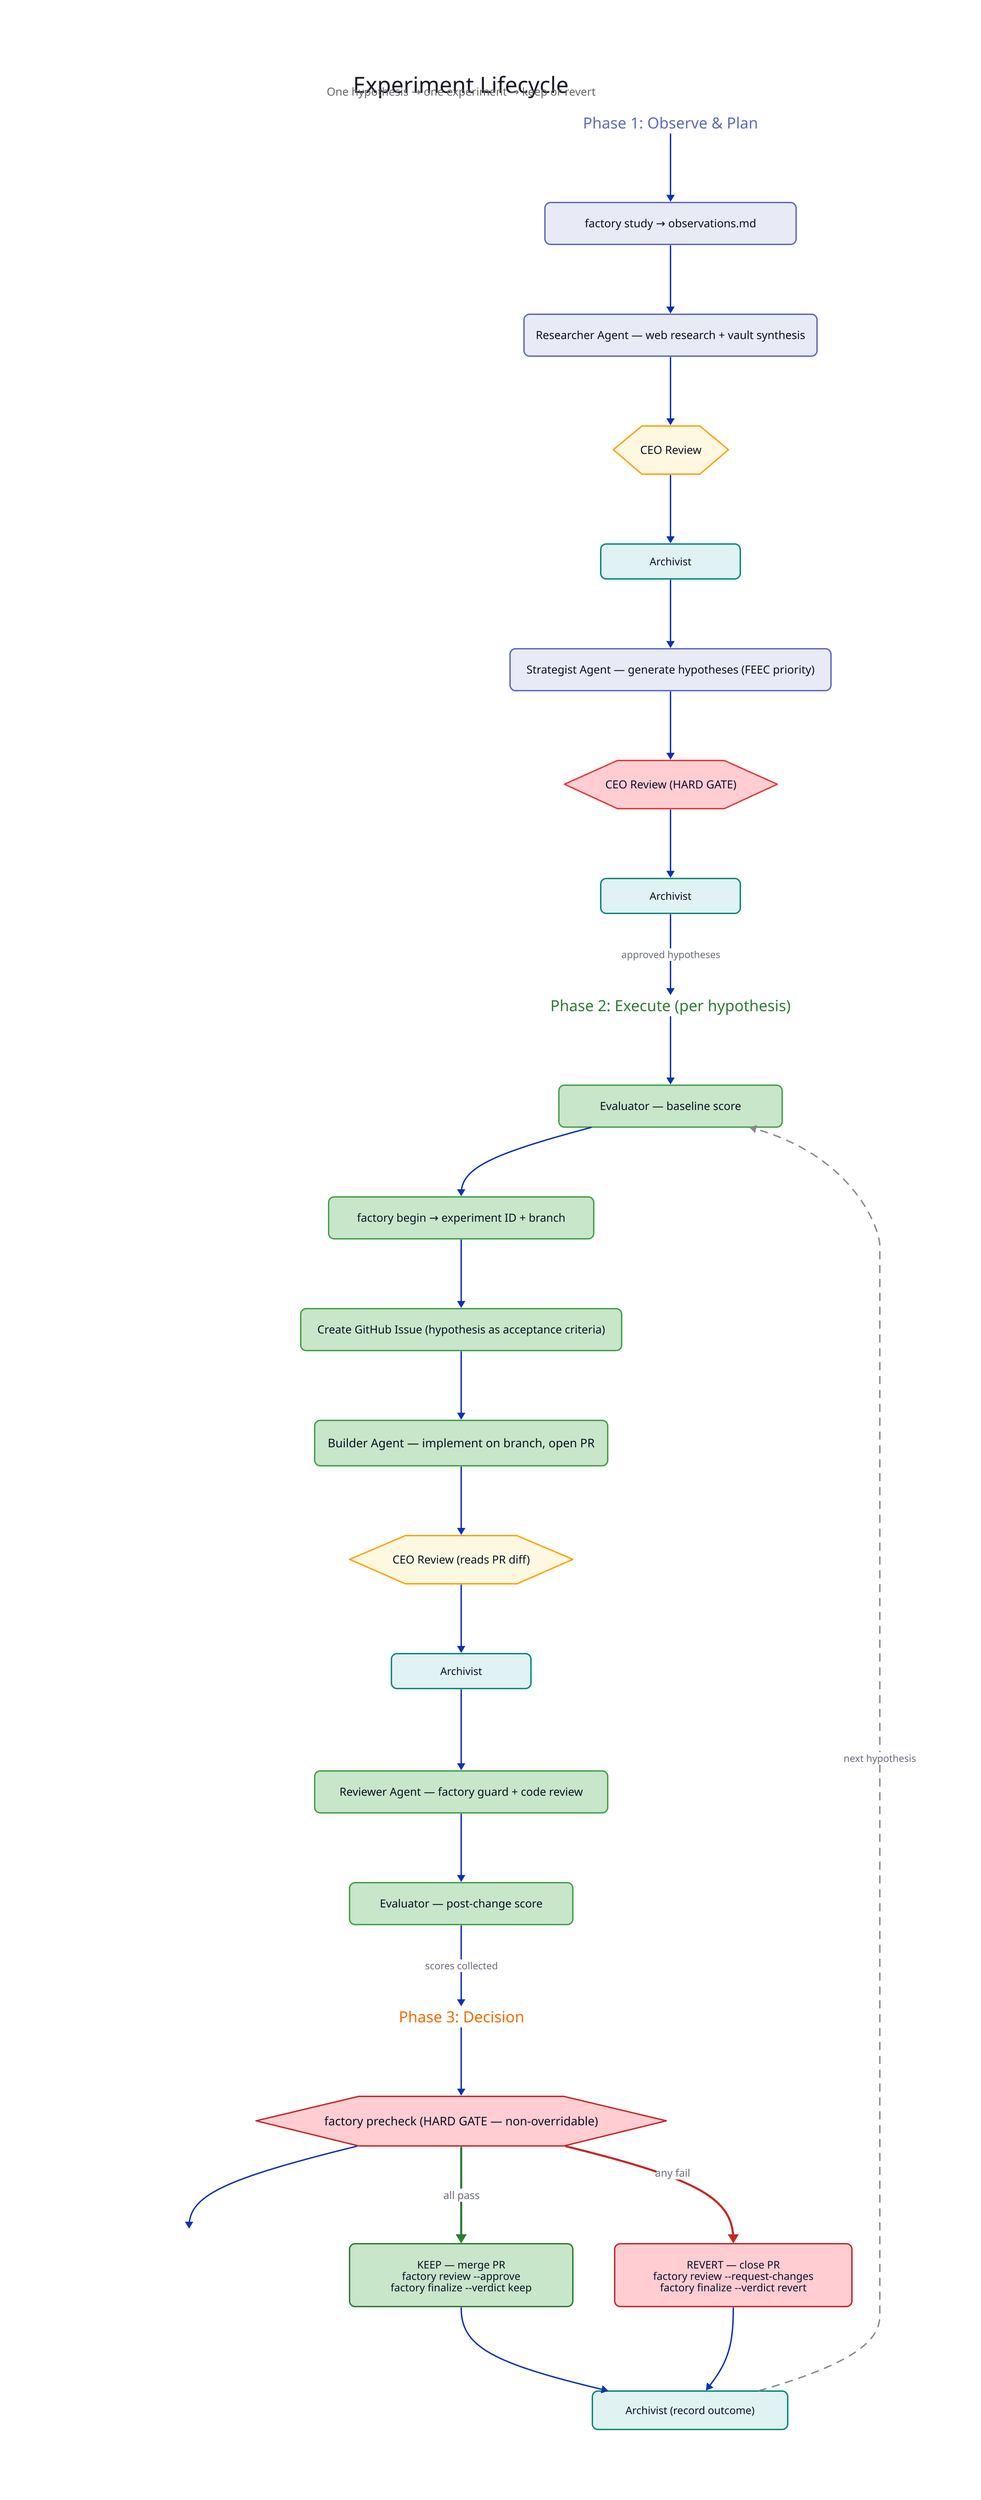
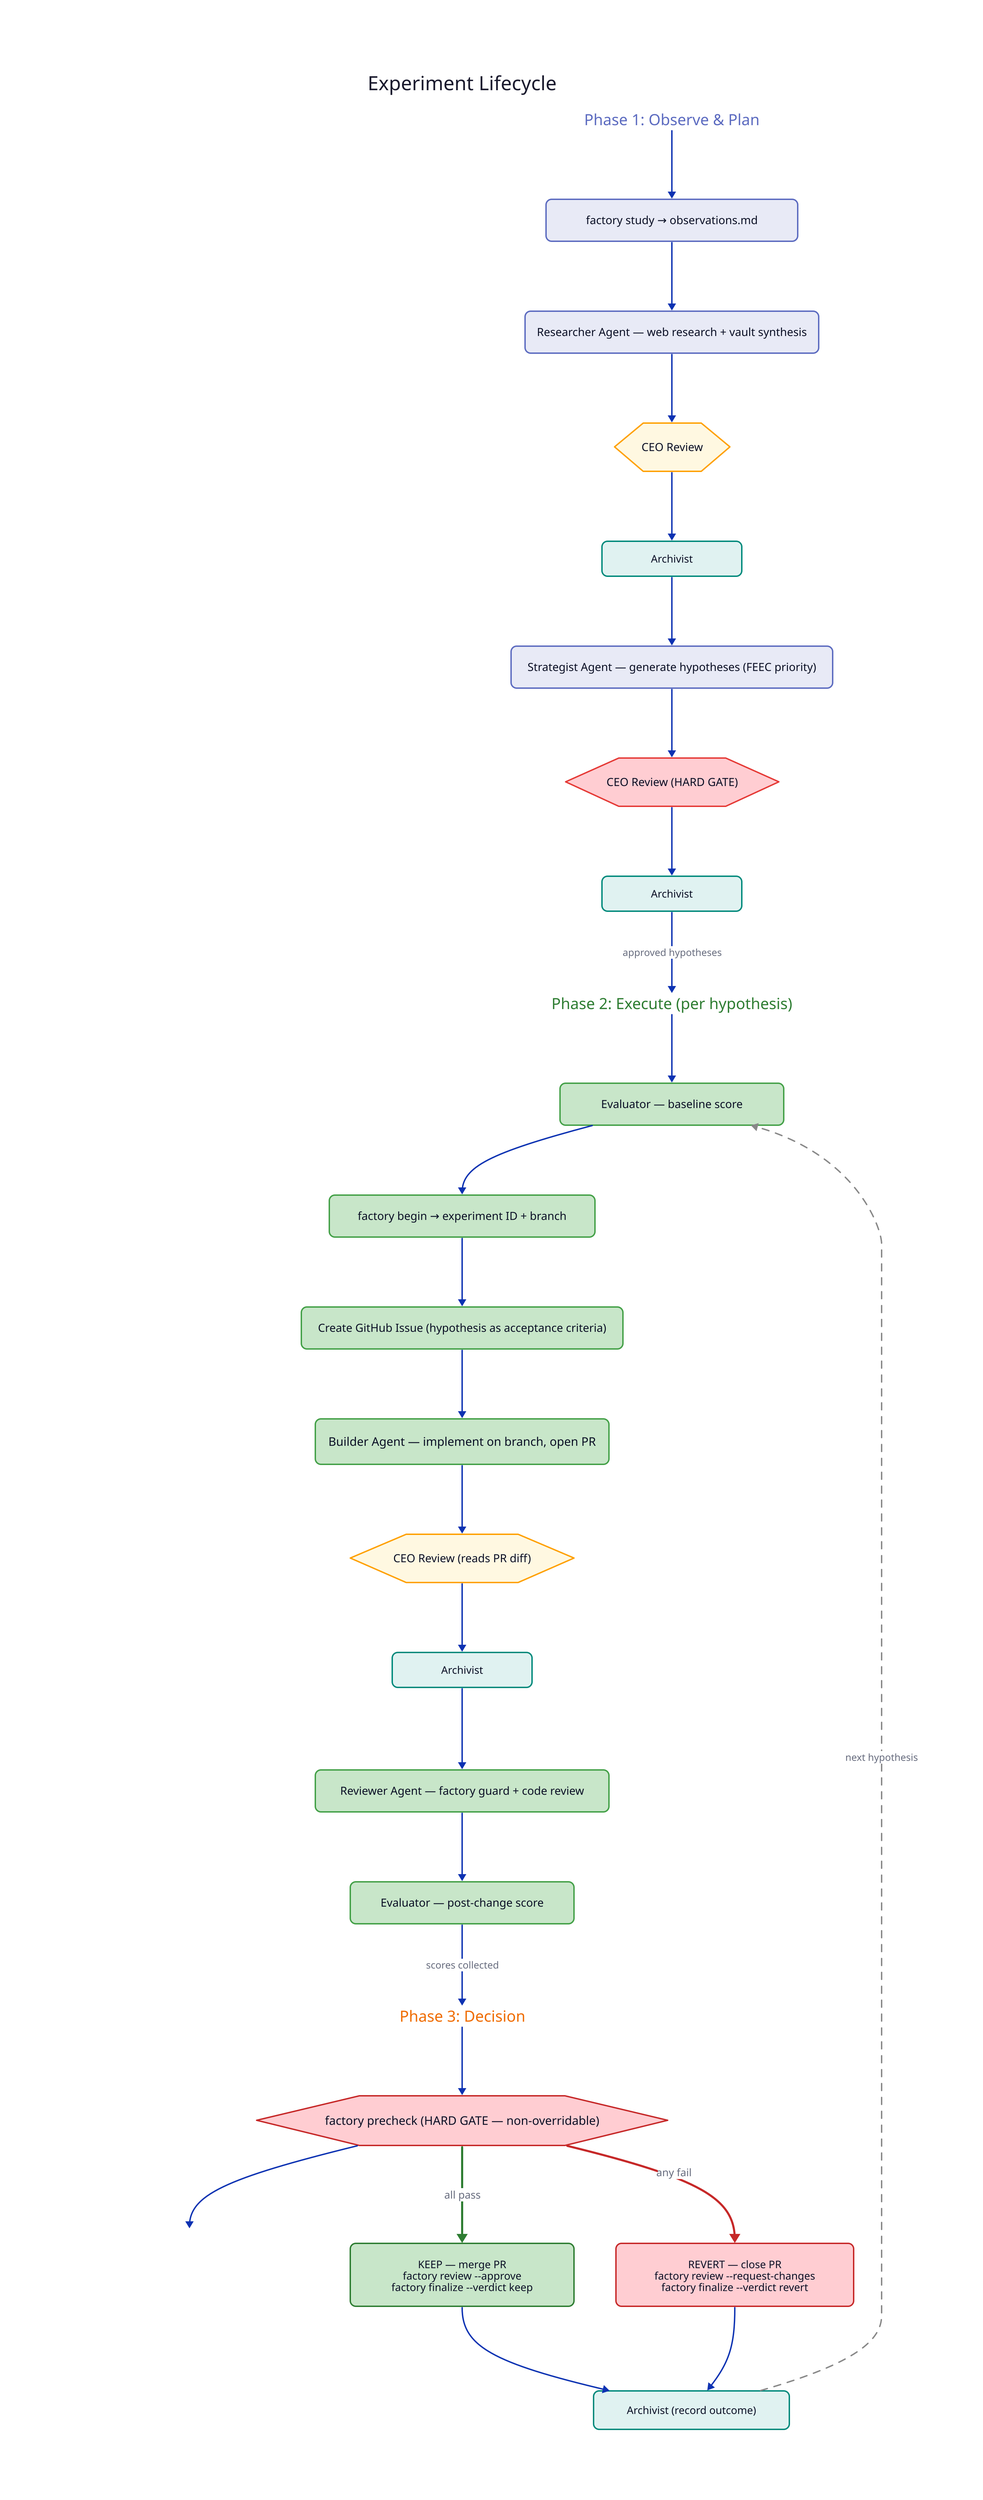
direction: down

title: {
  label: Experiment Lifecycle
  near: top-center
  shape: text
-   style: { font-size: 32; bold: true; font-color: "#1a1a2e" }
- }
- 
- subtitle: {
-   label: "One hypothesis → one experiment → keep or revert"
-   near: top-center
-   shape: text
-   style: { font-size: 16; italic: true; font-color: "#666" }
+   style: { font-size: 28; bold: true; font-color: "#1a1a2e" }
}

# ── Phase 1: Observe & Plan ──────────────────────

p1_label: {
  label: "Phase 1: Observe & Plan"
  shape: text
  style: { font-size: 22; bold: true; font-color: "#5c6bc0" }
}

study: {
  label: "factory study → observations.md"
  shape: rectangle
  style: { fill: "#e8eaf6"; stroke: "#5c6bc0"; border-radius: 8; font-size: 16 }
  width: 360
  height: 60
}

researcher: {
  label: "Researcher Agent — web research + vault synthesis"
  shape: rectangle
  style: { fill: "#e8eaf6"; stroke: "#5c6bc0"; border-radius: 8; font-size: 16 }
  width: 420
  height: 60
}

ceo_r: {
  label: "CEO Review"
  shape: hexagon
  style: { fill: "#fff8e1"; stroke: "#ffa000"; font-size: 16 }
}

arch1: {
  label: "Archivist"
  shape: rectangle
  style: { fill: "#e0f2f1"; stroke: "#00897b"; border-radius: 8; font-size: 15 }
  width: 200
  height: 50
}

strategist: {
  label: "Strategist Agent — generate hypotheses (FEEC priority)"
  shape: rectangle
  style: { fill: "#e8eaf6"; stroke: "#5c6bc0"; border-radius: 8; font-size: 16 }
  width: 460
  height: 60
}

ceo_s: {
  label: "CEO Review (HARD GATE)"
  shape: hexagon
  style: { fill: "#ffcdd2"; stroke: "#e53935"; font-size: 16; bold: true }
}

arch2: {
  label: "Archivist"
  shape: rectangle
  style: { fill: "#e0f2f1"; stroke: "#00897b"; border-radius: 8; font-size: 15 }
  width: 200
  height: 50
}

p1_label -> study -> researcher -> ceo_r -> arch1 -> strategist -> ceo_s -> arch2

# ── Phase 2: Execute ─────────────────────────────

p2_label: {
  label: "Phase 2: Execute (per hypothesis)"
  shape: text
  style: { font-size: 22; bold: true; font-color: "#2e7d32" }
}

baseline: {
  label: "Evaluator — baseline score"
  shape: rectangle
  style: { fill: "#c8e6c9"; stroke: "#43a047"; border-radius: 8; font-size: 16 }
  width: 320
  height: 60
}

begin: {
  label: "factory begin → experiment ID + branch"
  shape: rectangle
  style: { fill: "#c8e6c9"; stroke: "#43a047"; border-radius: 8; font-size: 16 }
  width: 380
  height: 60
}

issue: {
  label: "Create GitHub Issue (hypothesis as acceptance criteria)"
  shape: rectangle
  style: { fill: "#c8e6c9"; stroke: "#43a047"; border-radius: 8; font-size: 16 }
  width: 460
  height: 60
}

builder: {
  label: "Builder Agent — implement on branch, open PR"
  shape: rectangle
  style: { fill: "#c8e6c9"; stroke: "#43a047"; border-radius: 8; font-size: 17; bold: true }
  width: 420
  height: 65
}

ceo_b: {
  label: "CEO Review (reads PR diff)"
  shape: hexagon
  style: { fill: "#fff8e1"; stroke: "#ffa000"; font-size: 16 }
}

arch3: {
  label: "Archivist"
  shape: rectangle
  style: { fill: "#e0f2f1"; stroke: "#00897b"; border-radius: 8; font-size: 15 }
  width: 200
  height: 50
}

reviewer: {
  label: "Reviewer Agent — factory guard + code review"
  shape: rectangle
  style: { fill: "#c8e6c9"; stroke: "#43a047"; border-radius: 8; font-size: 16 }
  width: 420
  height: 60
}

post_eval: {
  label: "Evaluator — post-change score"
  shape: rectangle
  style: { fill: "#c8e6c9"; stroke: "#43a047"; border-radius: 8; font-size: 16 }
  width: 320
  height: 60
}

arch2 -> p2_label: "approved hypotheses" {
  style: { font-size: 14; stroke-width: 2 }
}
p2_label -> baseline -> begin -> issue -> builder -> ceo_b -> arch3 -> reviewer -> post_eval

# ── Phase 3: Decision ────────────────────────────

p3_label: {
  label: "Phase 3: Decision"
  shape: text
  style: { font-size: 22; bold: true; font-color: "#ef6c00" }
}

precheck: {
  label: "factory precheck (HARD GATE — non-overridable)"
  shape: hexagon
  style: { fill: "#ffcdd2"; stroke: "#c62828"; font-size: 17; bold: true }
}

checks: {
  label: |md
    **4 Checks:**
    1. Score direction (no regression)
    2. Scope (guard compliance)
    3. Anti-pattern (not similar to reverted)
    4. Smoke test (e2e verification)
  |
  shape: rectangle
  style: { fill: "#fff8e1"; stroke: "#ff8f00"; border-radius: 8; font-size: 14 }
  width: 340
}

keep: {
  label: "KEEP — merge PR\nfactory review --approve\nfactory finalize --verdict keep"
  shape: rectangle
  style: { fill: "#c8e6c9"; stroke: "#2e7d32"; border-radius: 8; font-size: 15 }
  width: 320
  height: 90
}

revert: {
  label: "REVERT — close PR\nfactory review --request-changes\nfactory finalize --verdict revert"
  shape: rectangle
  style: { fill: "#ffcdd2"; stroke: "#c62828"; border-radius: 8; font-size: 15 }
  width: 340
  height: 90
}

arch4: {
  label: "Archivist (record outcome)"
  shape: rectangle
  style: { fill: "#e0f2f1"; stroke: "#00897b"; border-radius: 8; font-size: 15 }
  width: 280
  height: 55
}

post_eval -> p3_label: "scores collected" {
  style: { font-size: 14; stroke-width: 2 }
}
p3_label -> precheck -> checks
precheck -> keep: "all pass" {
  style: { stroke: "#2e7d32"; stroke-width: 3; font-size: 15 }
}
precheck -> revert: "any fail" {
  style: { stroke: "#c62828"; stroke-width: 3; font-size: 15 }
}
keep -> arch4
revert -> arch4

arch4 -> baseline: "next hypothesis" {
  style: { stroke-dash: 5; stroke: "#888"; font-size: 14 }
}
